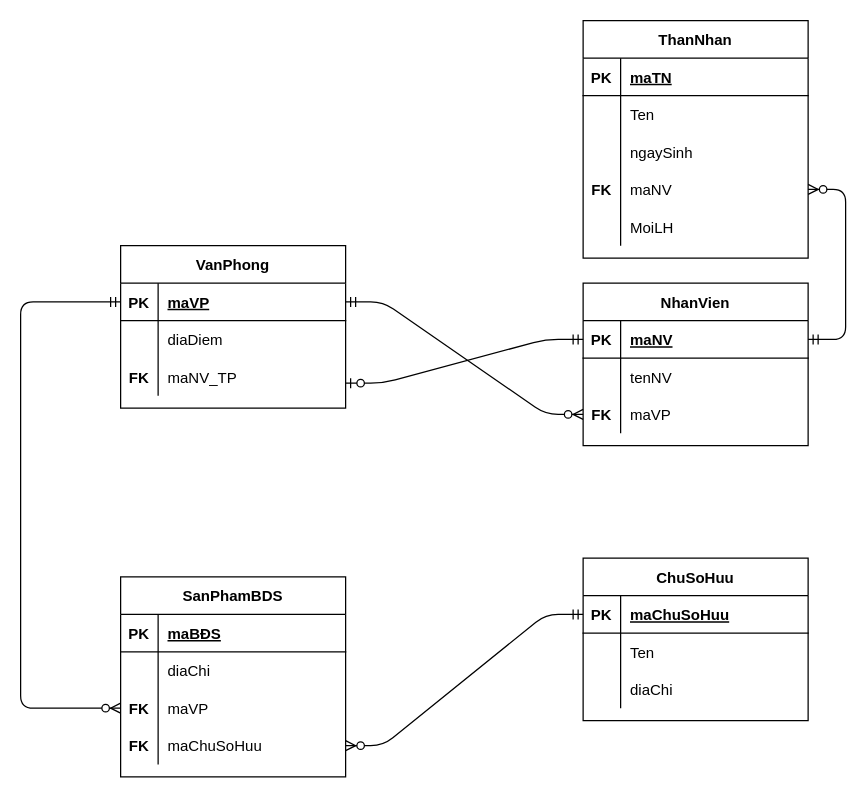
hieuhoang25/MyClock keeps this draw.io diagram as page "Page-2" (2 of 2) of Lab3.drawio. Above is the earlier version. Source tidied: cells renumbered, new cells numbered last; positions are measured from the earlier drawing's top-left corner, leaving out a move shared by most shapes. Both pictures are drawn from the tidied source at 125%, with x=0, y=0 at pixel (20, 20).
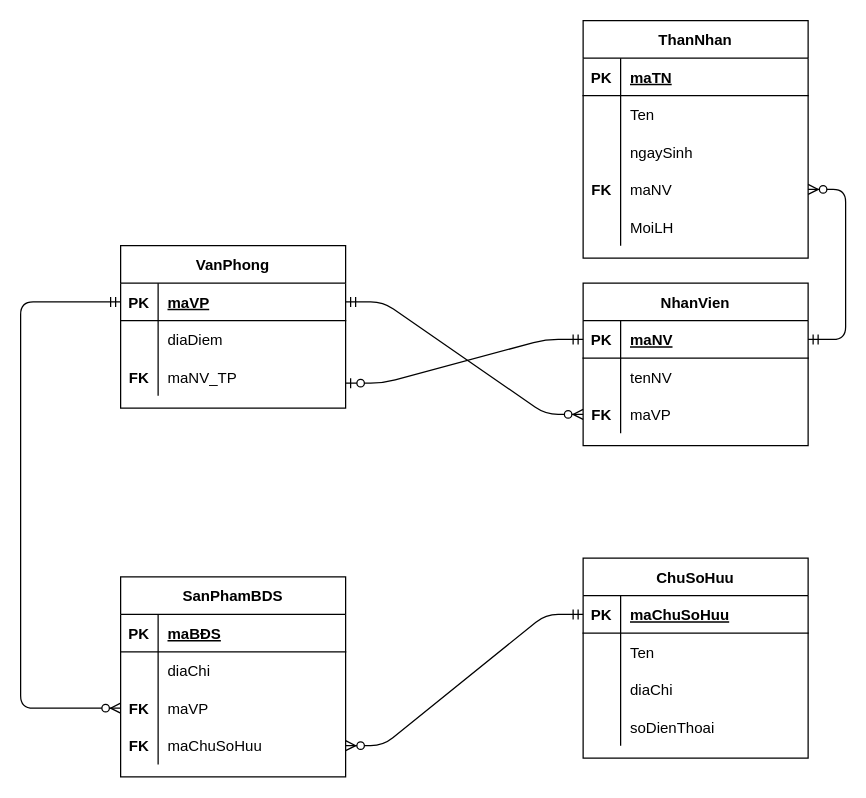
Above is the later version.

Diff of the diagram source:
```diff
@@
     <mxCell id="22" value="ChuSoHuu" style="shape=table;startSize=30;childLayout=tableLayout;rowLines=0;fontStyle=1;align=center;" parent="1" vertex="1">
-      <mxGeometry x="450" y="430" width="180" height="130" as="geometry" />
+      <mxGeometry x="450" y="430" width="180" height="160" as="geometry" />
     </mxCell>
@@
+    <mxCell id="66" style="shape=partialRectangle;fillColor=none;top=0;left=0;bottom=0;right=0;" parent="22" vertex="1">
+      <mxGeometry y="120" width="180" height="30" as="geometry" />
+    </mxCell>
+    <mxCell id="67" style="shape=partialRectangle;fillColor=none;top=0;left=0;bottom=0;right=0;overflow=hidden;" parent="66" vertex="1">
+      <mxGeometry width="30" height="30" as="geometry" />
+    </mxCell>
+    <mxCell id="68" value="soDienThoai" style="shape=partialRectangle;fillColor=none;top=0;left=0;bottom=0;right=0;align=left;spacingLeft=6;overflow=hidden;" parent="66" vertex="1">
+      <mxGeometry x="30" width="150" height="30" as="geometry" />
+    </mxCell>
```
